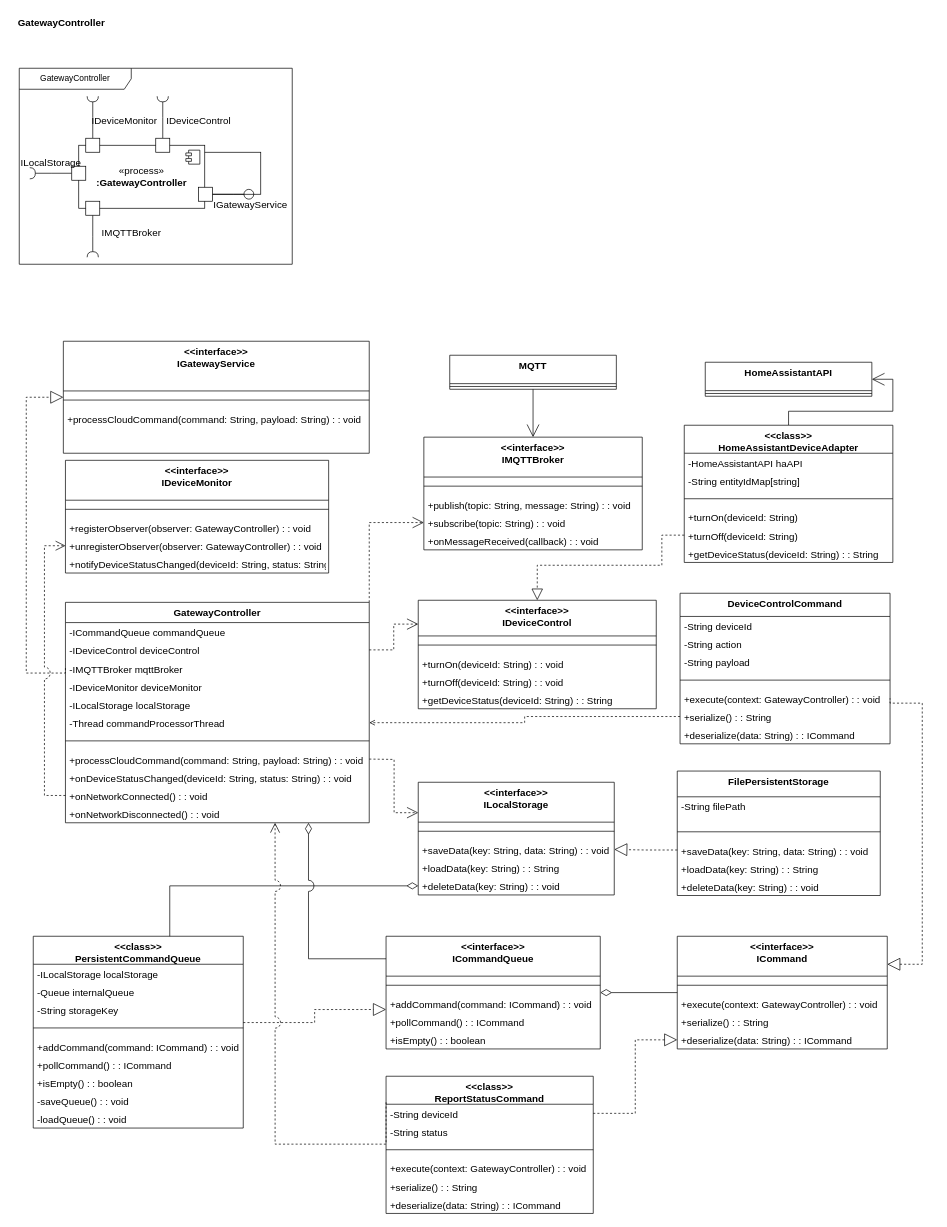
Before: page "GatewayController" (1 of 4) of DetailedComponentDesign.drawio in GeniusHoon/AssociateArchitect, a draw.io diagram. Source tidied: cells renumbered, new cells numbered last; positions are measured from the earlier drawing's top-left corner, leaving out a move shared by most shapes. Both pictures are drawn from the tidied source at 70%, with x=0, y=0 at pixel (12, 12).
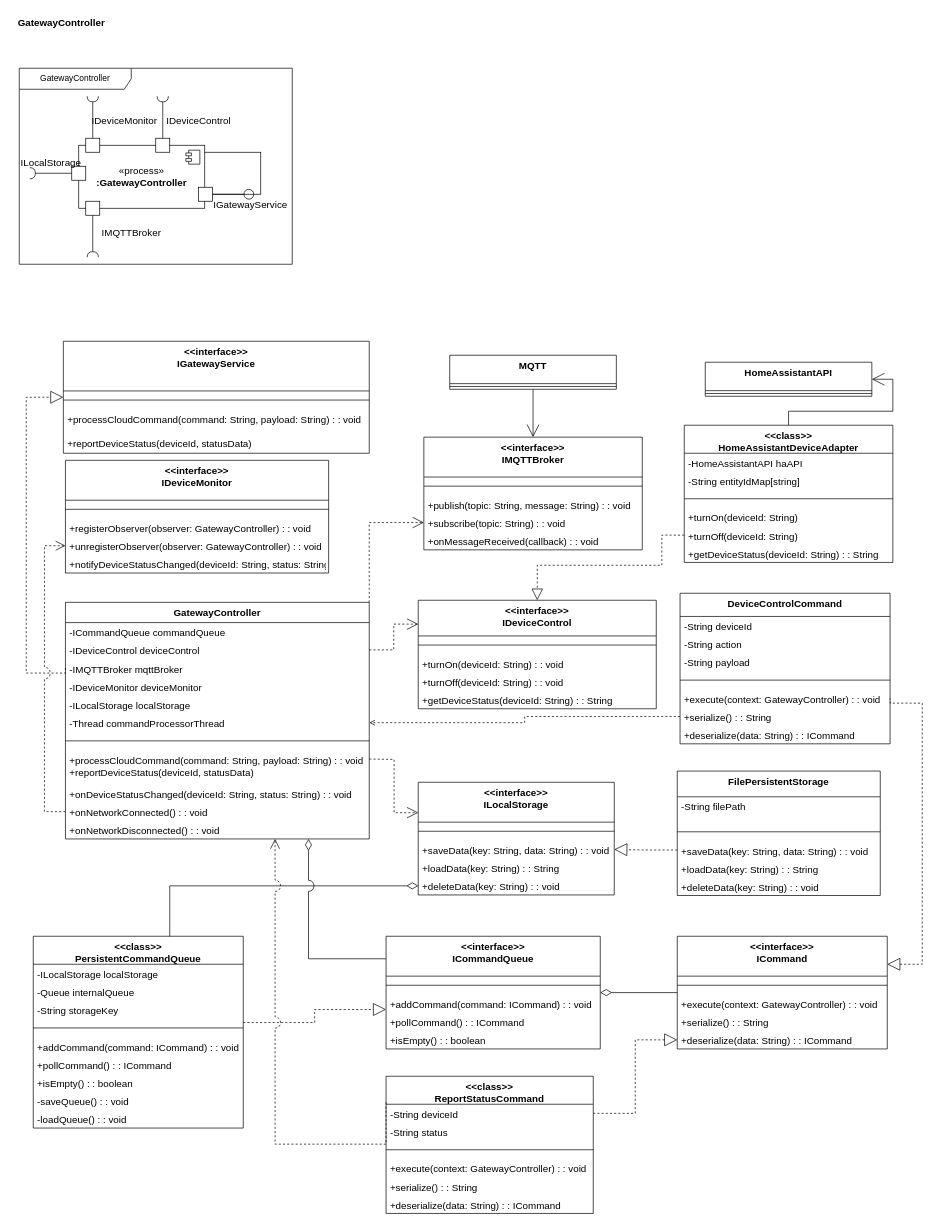
The same page after the edit.

Unchanged cells that the change refers to:
```xml
<mxCell id="16" value="&lt;&lt;interface&gt;&gt;&#10;IGatewayService" style="swimlane;fontStyle=1;align=center;verticalAlign=top;horizontal=1;startSize=70.98722076416016;fontSize=14;" parent="1" vertex="1">
  <mxGeometry x="73" y="470" width="437" height="160" as="geometry" />
</mxCell>
```

What changed in the source:
```diff
@@
     <mxCell id="4" value="GatewayController" style="swimlane;fontStyle=1;align=center;verticalAlign=top;horizontal=1;startSize=28.91455078125;fontSize=14;" parent="1" vertex="1">
-      <mxGeometry x="76" y="843" width="434" height="314.9" as="geometry" />
+      <mxGeometry x="76" y="843" width="434" height="338" as="geometry" />
     </mxCell>
@@
-    <mxCell id="12" value="+processCloudCommand(command: String, payload: String) : : void" style="text;strokeColor=none;fillColor=none;align=left;verticalAlign=top;spacingLeft=4;spacingRight=4;overflow=hidden;fontSize=14;" parent="4" vertex="1">
-      <mxGeometry y="210.9" width="434" height="26" as="geometry" />
+    <mxCell id="12" value="+processCloudCommand(command: String, payload: String) : : void&#10;+reportDeviceStatus(deviceId, statusData)" style="text;strokeColor=none;fillColor=none;align=left;verticalAlign=top;spacingLeft=4;spacingRight=4;overflow=hidden;fontSize=14;" parent="4" vertex="1">
+      <mxGeometry y="210.9" width="434" height="49.1" as="geometry" />
     </mxCell>
     <mxCell id="13" value="+onDeviceStatusChanged(deviceId: String, status: String) : : void" style="text;strokeColor=none;fillColor=none;align=left;verticalAlign=top;spacingLeft=4;spacingRight=4;overflow=hidden;fontSize=14;" parent="4" vertex="1">
-      <mxGeometry y="236.9" width="434" height="26" as="geometry" />
+      <mxGeometry y="260" width="434" height="26" as="geometry" />
     </mxCell>
     <mxCell id="14" value="+onNetworkConnected() : : void" style="text;strokeColor=none;fillColor=none;align=left;verticalAlign=top;spacingLeft=4;spacingRight=4;overflow=hidden;points=[[0,0.5],[1,0.5]];portConstraint=eastwest;fontSize=14;" parent="4" vertex="1">
-      <mxGeometry y="262.9" width="434" height="26" as="geometry" />
+      <mxGeometry y="286" width="434" height="26" as="geometry" />
     </mxCell>
     <mxCell id="15" value="+onNetworkDisconnected() : : void" style="text;strokeColor=none;fillColor=none;align=left;verticalAlign=top;spacingLeft=4;spacingRight=4;overflow=hidden;fontSize=14;" parent="4" vertex="1">
-      <mxGeometry y="288.9" width="434" height="26" as="geometry" />
+      <mxGeometry y="312" width="434" height="26" as="geometry" />
     </mxCell>
@@
-    <mxCell id="18" value="+processCloudCommand(command: String, payload: String) : : void&#10;" style="text;strokeColor=none;fillColor=none;align=left;verticalAlign=top;spacingLeft=4;spacingRight=4;overflow=hidden;fontSize=14;" parent="16" vertex="1">
+    <mxCell id="18" value="+processCloudCommand(command: String, payload: String) : : void&#10;&#10;+reportDeviceStatus(deviceId, statusData)" style="text;strokeColor=none;fillColor=none;align=left;verticalAlign=top;spacingLeft=4;spacingRight=4;overflow=hidden;fontSize=14;" parent="16" vertex="1">
       <mxGeometry y="97" width="437" height="63" as="geometry" />
     </mxCell>
```
